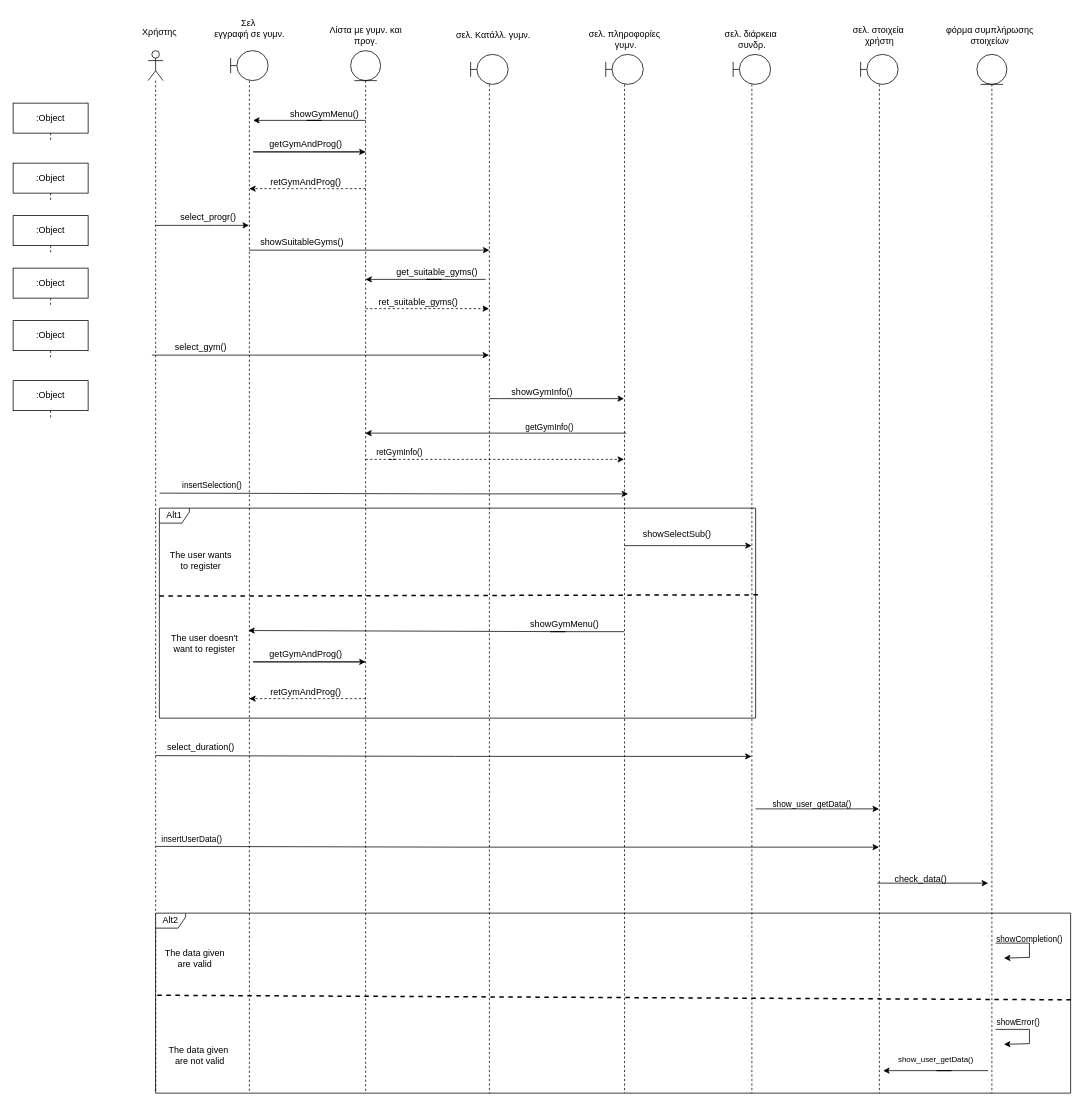
Before: ΠΕΜΠΤΟ ΠΑΡΑΔΟΤΕΟ/ΔΙΟΡΘΩΣΕΙΣ ΠΡΟΗΓΟΥΜΕΝΩΝ ΠΑΡΑΔΟΤΕΩΝ/Sequence-diagrams-v0.2/sd_εγγραφή_σε _γυμναστήριο.drawio in Dionkaps/Eu-Zin, a draw.io diagram. Source tidied: cells renumbered, new cells numbered last; positions are measured from the earlier drawing's top-left corner, leaving out a move shared by most shapes. Both pictures are drawn from the tidied source at 75%, with x=0, y=0 at pixel (13, 13).
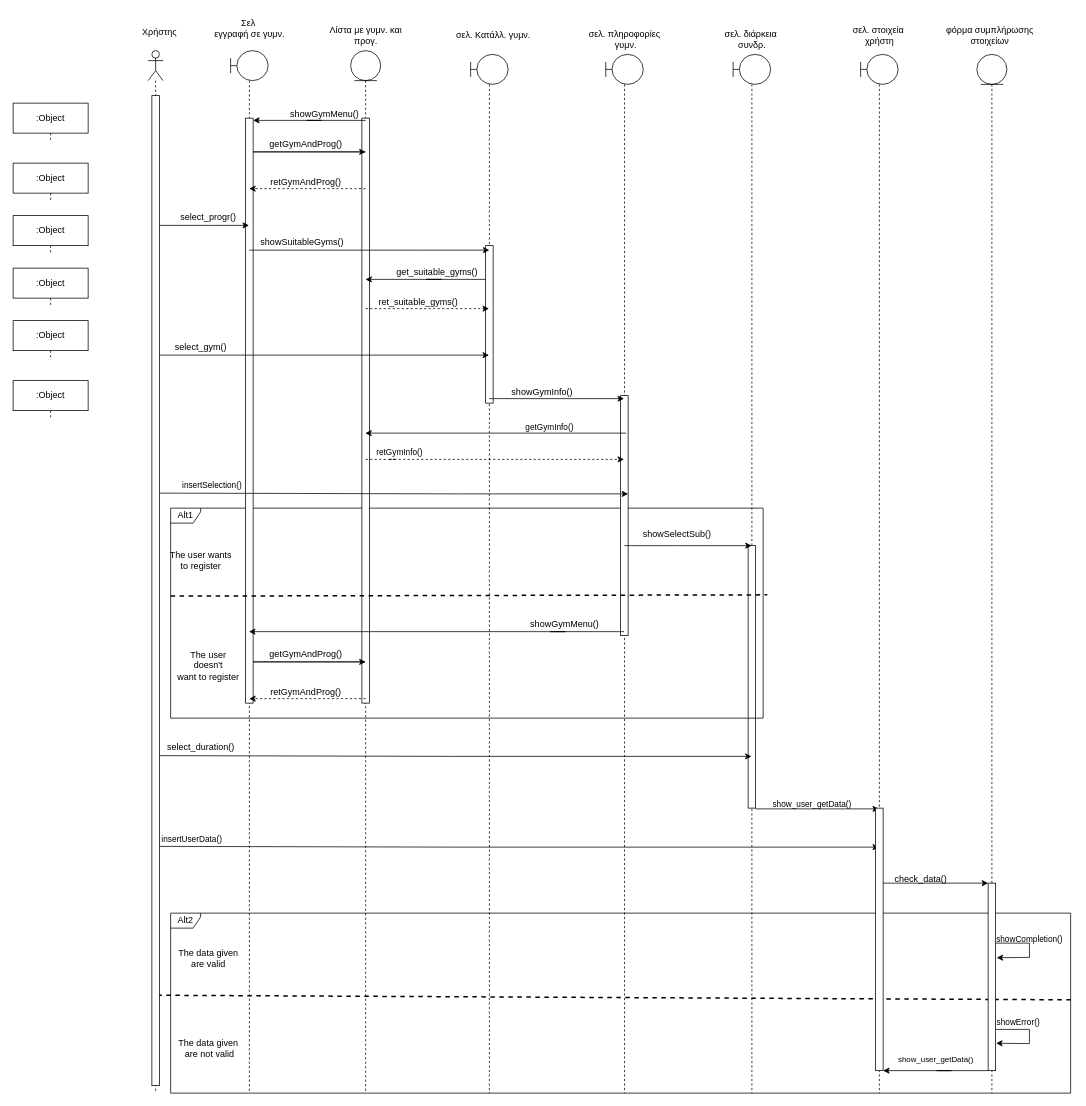
After the change.

What changed in the source:
```diff
@@
+    <mxCell id="19" style="shape=umlLifeline;perimeter=lifelinePerimeter;whiteSpace=wrap;html=1;outlineConnect=0;portConstraint=eastwest;newEdgeStyle={&quot;edgeStyle&quot;:&quot;elbowEdgeStyle&quot;,&quot;elbow&quot;:&quot;vertical&quot;,&quot;curved&quot;:0,&quot;rounded&quot;:0};participant=umlBoundary;" parent="1" vertex="1">
+      <mxGeometry x="960" y="55" width="50" height="1385" as="geometry" />
+    </mxCell>
+    <mxCell id="76" style="html=1;perimeter=orthogonalPerimeter;" parent="1" vertex="1">
+      <mxGeometry x="980" y="710" width="10" height="350" as="geometry" />
+    </mxCell>
+    <mxCell id="4" style="shape=umlLifeline;perimeter=lifelinePerimeter;whiteSpace=wrap;html=1;outlineConnect=0;portConstraint=eastwest;newEdgeStyle={&quot;edgeStyle&quot;:&quot;elbowEdgeStyle&quot;,&quot;elbow&quot;:&quot;vertical&quot;,&quot;curved&quot;:0,&quot;rounded&quot;:0};participant=umlBoundary;" parent="1" vertex="1">
+      <mxGeometry x="790.2" y="55" width="50" height="1385" as="geometry" />
+    </mxCell>
+    <mxCell id="40" value="Alt1" style="shape=umlFrame;whiteSpace=wrap;html=1;width=40;height=20;" parent="1" vertex="1">
+      <mxGeometry x="210" y="660" width="790" height="280" as="geometry" />
+    </mxCell>
+    <mxCell id="77" style="html=1;perimeter=orthogonalPerimeter;" parent="1" vertex="1">
+      <mxGeometry x="810" y="510" width="10" height="320" as="geometry" />
+    </mxCell>
+    <mxCell id="6" style="shape=umlLifeline;perimeter=lifelinePerimeter;whiteSpace=wrap;html=1;outlineConnect=0;portConstraint=eastwest;newEdgeStyle={&quot;edgeStyle&quot;:&quot;elbowEdgeStyle&quot;,&quot;elbow&quot;:&quot;vertical&quot;,&quot;curved&quot;:0,&quot;rounded&quot;:0};participant=umlBoundary;" parent="1" vertex="1">
+      <mxGeometry x="290" y="50" width="50" height="1390" as="geometry" />
+    </mxCell>
+    <mxCell id="78" style="html=1;perimeter=orthogonalPerimeter;" parent="1" vertex="1">
+      <mxGeometry x="310" y="140" width="10" height="780" as="geometry" />
+    </mxCell>
+    <mxCell id="5" style="shape=umlLifeline;perimeter=lifelinePerimeter;whiteSpace=wrap;html=1;newEdgeStyle={&quot;edgeStyle&quot;:&quot;elbowEdgeStyle&quot;,&quot;elbow&quot;:&quot;vertical&quot;,&quot;curved&quot;:0,&quot;rounded&quot;:0};participant=umlBoundary;" parent="1" vertex="1">
+      <mxGeometry x="610" y="55" width="50" height="1385" as="geometry" />
+    </mxCell>
+    <mxCell id="79" style="html=1;perimeter=orthogonalPerimeter;" parent="1" vertex="1">
+      <mxGeometry x="630" y="310" width="10" height="210" as="geometry" />
+    </mxCell>
+    <mxCell id="12" style="shape=umlLifeline;perimeter=lifelinePerimeter;whiteSpace=wrap;html=1;outlineConnect=0;portConstraint=eastwest;newEdgeStyle={&quot;edgeStyle&quot;:&quot;elbowEdgeStyle&quot;,&quot;elbow&quot;:&quot;vertical&quot;,&quot;curved&quot;:0,&quot;rounded&quot;:0};participant=umlEntity;" parent="1" vertex="1">
+      <mxGeometry x="450" y="50" width="40" height="1390" as="geometry" />
+    </mxCell>
+    <mxCell id="80" style="html=1;perimeter=orthogonalPerimeter;" parent="1" vertex="1">
+      <mxGeometry x="465" y="140" width="10" height="780" as="geometry" />
+    </mxCell>
@@
-    <mxCell id="4" style="shape=umlLifeline;perimeter=lifelinePerimeter;whiteSpace=wrap;html=1;outlineConnect=0;portConstraint=eastwest;newEdgeStyle={&quot;edgeStyle&quot;:&quot;elbowEdgeStyle&quot;,&quot;elbow&quot;:&quot;vertical&quot;,&quot;curved&quot;:0,&quot;rounded&quot;:0};participant=umlBoundary;" parent="1" vertex="1">
-      <mxGeometry x="790.2" y="55" width="50" height="1385" as="geometry" />
-    </mxCell>
-    <mxCell id="5" style="shape=umlLifeline;perimeter=lifelinePerimeter;whiteSpace=wrap;html=1;newEdgeStyle={&quot;edgeStyle&quot;:&quot;elbowEdgeStyle&quot;,&quot;elbow&quot;:&quot;vertical&quot;,&quot;curved&quot;:0,&quot;rounded&quot;:0};participant=umlBoundary;" parent="1" vertex="1">
-      <mxGeometry x="610" y="55" width="50" height="1385" as="geometry" />
-    </mxCell>
-    <mxCell id="6" style="shape=umlLifeline;perimeter=lifelinePerimeter;whiteSpace=wrap;html=1;outlineConnect=0;portConstraint=eastwest;newEdgeStyle={&quot;edgeStyle&quot;:&quot;elbowEdgeStyle&quot;,&quot;elbow&quot;:&quot;vertical&quot;,&quot;curved&quot;:0,&quot;rounded&quot;:0};participant=umlBoundary;" parent="1" vertex="1">
-      <mxGeometry x="290" y="50" width="50" height="1390" as="geometry" />
-    </mxCell>
@@
-    <mxCell id="12" style="shape=umlLifeline;perimeter=lifelinePerimeter;whiteSpace=wrap;html=1;outlineConnect=0;portConstraint=eastwest;newEdgeStyle={&quot;edgeStyle&quot;:&quot;elbowEdgeStyle&quot;,&quot;elbow&quot;:&quot;vertical&quot;,&quot;curved&quot;:0,&quot;rounded&quot;:0};participant=umlEntity;" parent="1" vertex="1">
-      <mxGeometry x="450" y="50" width="40" height="1390" as="geometry" />
-    </mxCell>
@@
-    <mxCell id="19" style="shape=umlLifeline;perimeter=lifelinePerimeter;whiteSpace=wrap;html=1;outlineConnect=0;portConstraint=eastwest;newEdgeStyle={&quot;edgeStyle&quot;:&quot;elbowEdgeStyle&quot;,&quot;elbow&quot;:&quot;vertical&quot;,&quot;curved&quot;:0,&quot;rounded&quot;:0};participant=umlBoundary;" parent="1" vertex="1">
-      <mxGeometry x="960" y="55" width="50" height="1385" as="geometry" />
-    </mxCell>
@@
-    <mxCell id="22" style="endArrow=classic;html=1;rounded=0;entryX=1.032;entryY=0.08;entryDx=0;entryDy=0;entryPerimeter=0;" parent="1" edge="1" source="4" target="43">
+    <mxCell id="22" style="endArrow=classic;html=1;rounded=0;" parent="1" edge="1" source="4" target="6">
       <mxGeometry relative="1" as="geometry">
         <Array as="points">
           <mxPoint x="716.2" y="824.7" />
           <mxPoint x="736.2" y="824.7" />
         </Array>
       </mxGeometry>
     </mxCell>
@@
-    <mxCell id="40" value="Alt1" style="shape=umlFrame;whiteSpace=wrap;html=1;width=40;height=20;" parent="1" vertex="1">
-      <mxGeometry x="195" y="660" width="795" height="280" as="geometry" />
-    </mxCell>
@@
-    <mxCell id="43" value="The user doesn't &lt;br&gt;want to register" style="text;html=1;align=center;verticalAlign=middle;points=[];strokeColor=none;fillColor=none;" parent="1" vertex="1">
-      <mxGeometry x="200" y="820" width="110" height="40" as="geometry" />
+    <mxCell id="43" value="The user &lt;br&gt;doesn't &lt;br&gt;want to register" style="text;html=1;align=center;verticalAlign=middle;points=[];strokeColor=none;fillColor=none;" parent="1" vertex="1">
+      <mxGeometry x="205" y="840" width="110" height="60" as="geometry" />
     </mxCell>
@@
     <mxCell id="63" value="Alt2" style="shape=umlFrame;whiteSpace=wrap;html=1;width=40;height=20;" parent="1" vertex="1">
-      <mxGeometry x="190" y="1200" width="1220" height="240" as="geometry" />
+      <mxGeometry x="210" y="1200" width="1200" height="240" as="geometry" />
     </mxCell>
@@
     <mxCell id="65" value="The data given&lt;br&gt;are valid" style="text;html=1;align=center;verticalAlign=middle;strokeColor=none;fillColor=none;" parent="1" vertex="1">
-      <mxGeometry x="192.3" y="1240" width="100" height="40" as="geometry" />
+      <mxGeometry x="210" y="1240" width="100" height="40" as="geometry" />
     </mxCell>
     <mxCell id="66" value="The data given&lt;br&gt;&amp;nbsp;are not&amp;nbsp;valid" style="text;html=1;align=center;verticalAlign=middle;strokeColor=none;fillColor=none;" parent="1" vertex="1">
-      <mxGeometry x="197.3" y="1370" width="100" height="40" as="geometry" />
+      <mxGeometry x="210" y="1360" width="100" height="40" as="geometry" />
     </mxCell>
-    <mxCell id="67" style="endArrow=classic;html=1;rounded=0;entryX=1.067;entryY=0.09;entryDx=0;entryDy=0;entryPerimeter=0;" parent="1" edge="1">
+    <mxCell id="67" style="endArrow=classic;html=1;rounded=0;entryX=1.061;entryY=0.854;entryDx=0;entryDy=0;entryPerimeter=0;" parent="1" edge="1" target="83">
       <mxGeometry x="1" y="392" relative="1" as="geometry">
         <mxPoint x="1310" y="1355" as="sourcePoint" />
-        <mxPoint x="1321.1" y="1375" as="targetPoint" />
         <Array as="points">
           <mxPoint x="1355.1" y="1355" />
           <mxPoint x="1355.1" y="1374" />
         </Array>
         <mxPoint x="-367" y="-228" as="offset" />
       </mxGeometry>
     </mxCell>
@@
-    <mxCell id="74" style="endArrow=classic;html=1;rounded=0;entryX=1.067;entryY=0.09;entryDx=0;entryDy=0;entryPerimeter=0;" parent="1" edge="1">
+    <mxCell id="74" style="endArrow=classic;html=1;rounded=0;entryX=1.144;entryY=0.398;entryDx=0;entryDy=0;entryPerimeter=0;" parent="1" edge="1" target="83">
       <mxGeometry x="1" y="392" relative="1" as="geometry">
         <mxPoint x="1310" y="1240" as="sourcePoint" />
-        <mxPoint x="1321.1" y="1260" as="targetPoint" />
         <Array as="points">
           <mxPoint x="1355.1" y="1240" />
           <mxPoint x="1355.1" y="1259" />
         </Array>
         <mxPoint x="-367" y="-228" as="offset" />
       </mxGeometry>
     </mxCell>
@@
+    <mxCell id="81" style="html=1;perimeter=orthogonalPerimeter;" parent="1" vertex="1">
+      <mxGeometry x="185" y="110" width="10" height="1320" as="geometry" />
+    </mxCell>
+    <mxCell id="82" style="html=1;perimeter=orthogonalPerimeter;" parent="1" vertex="1">
+      <mxGeometry x="1150" y="1060" width="10" height="350" as="geometry" />
+    </mxCell>
+    <mxCell id="83" style="html=1;points=[];perimeter=orthogonalPerimeter;" parent="1" vertex="1">
+      <mxGeometry x="1300" y="1160" width="10" height="250" as="geometry" />
+    </mxCell>
```
